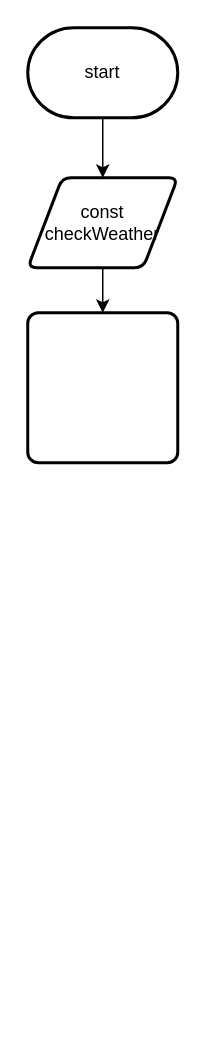
This is design/flowchart.drawio from sophie-nguyen-0/ICS2O-unit6-03-API, a draw.io file, before an edit. Source tidied: cells renumbered, new cells numbered last; positions are measured from the earlier drawing's top-left corner, leaving out a move shared by most shapes. Both pictures are drawn from the tidied source at 150%, with x=0, y=0 at pixel (27, 27).
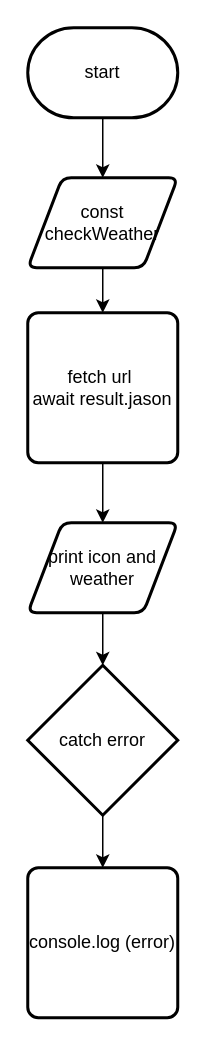
The same diagram, later.

Diff of the diagram source:
```diff
@@
 <mxGraphModel>
   <root>
     <mxCell id="0" />
     <mxCell id="1" parent="0" />
     <mxCell id="2" style="edgeStyle=none;html=1;" parent="1" edge="1" source="3" target="5">
       <mxGeometry relative="1" as="geometry" />
     </mxCell>
     <mxCell id="3" value="start" style="strokeWidth=2;html=1;shape=mxgraph.flowchart.terminator;whiteSpace=wrap;" parent="1" vertex="1">
       <mxGeometry width="100" height="60" as="geometry" />
     </mxCell>
-    <mxCell id="4" style="edgeStyle=none;html=1;" parent="1" edge="1" source="5">
-      <mxGeometry relative="1" as="geometry">
-        <mxPoint x="50" y="190" as="targetPoint" />
-      </mxGeometry>
+    <mxCell id="4" style="edgeStyle=none;html=1;entryX=0.5;entryY=0;entryDx=0;entryDy=0;" parent="1" edge="1" source="5" target="6">
+      <mxGeometry relative="1" as="geometry" />
     </mxCell>
     <mxCell id="5" value="const checkWeather" style="shape=parallelogram;html=1;strokeWidth=2;perimeter=parallelogramPerimeter;whiteSpace=wrap;rounded=1;arcSize=12;size=0.23;" parent="1" vertex="1">
       <mxGeometry y="100" width="100" height="60" as="geometry" />
     </mxCell>
+    <mxCell id="7" style="edgeStyle=none;html=1;" parent="1" edge="1" source="6" target="9">
+      <mxGeometry relative="1" as="geometry" />
+    </mxCell>
-    <mxCell id="6" style="rounded=1;whiteSpace=wrap;html=1;absoluteArcSize=1;arcSize=14;strokeWidth=2;" parent="1" vertex="1">
+    <mxCell id="6" value="fetch url&amp;nbsp;&lt;br&gt;await result.jason" style="rounded=1;whiteSpace=wrap;html=1;absoluteArcSize=1;arcSize=14;strokeWidth=2;" parent="1" vertex="1">
       <mxGeometry y="190" width="100" height="100" as="geometry" />
     </mxCell>
+    <mxCell id="8" style="edgeStyle=none;html=1;" parent="1" edge="1" source="9" target="11">
+      <mxGeometry relative="1" as="geometry" />
+    </mxCell>
+    <mxCell id="9" value="print icon and weather" style="shape=parallelogram;html=1;strokeWidth=2;perimeter=parallelogramPerimeter;whiteSpace=wrap;rounded=1;arcSize=12;size=0.23;" parent="1" vertex="1">
+      <mxGeometry y="330" width="100" height="60" as="geometry" />
+    </mxCell>
+    <mxCell id="10" style="edgeStyle=none;html=1;" parent="1" edge="1" source="11" target="12">
+      <mxGeometry relative="1" as="geometry" />
+    </mxCell>
+    <mxCell id="11" value="catch error" style="strokeWidth=2;html=1;shape=mxgraph.flowchart.decision;whiteSpace=wrap;" parent="1" vertex="1">
+      <mxGeometry y="425" width="100" height="100" as="geometry" />
+    </mxCell>
+    <mxCell id="12" value="console.log (error)" style="rounded=1;whiteSpace=wrap;html=1;absoluteArcSize=1;arcSize=14;strokeWidth=2;" parent="1" vertex="1">
+      <mxGeometry y="560" width="100" height="100" as="geometry" />
+    </mxCell>
   </root>
 </mxGraphModel>
```
